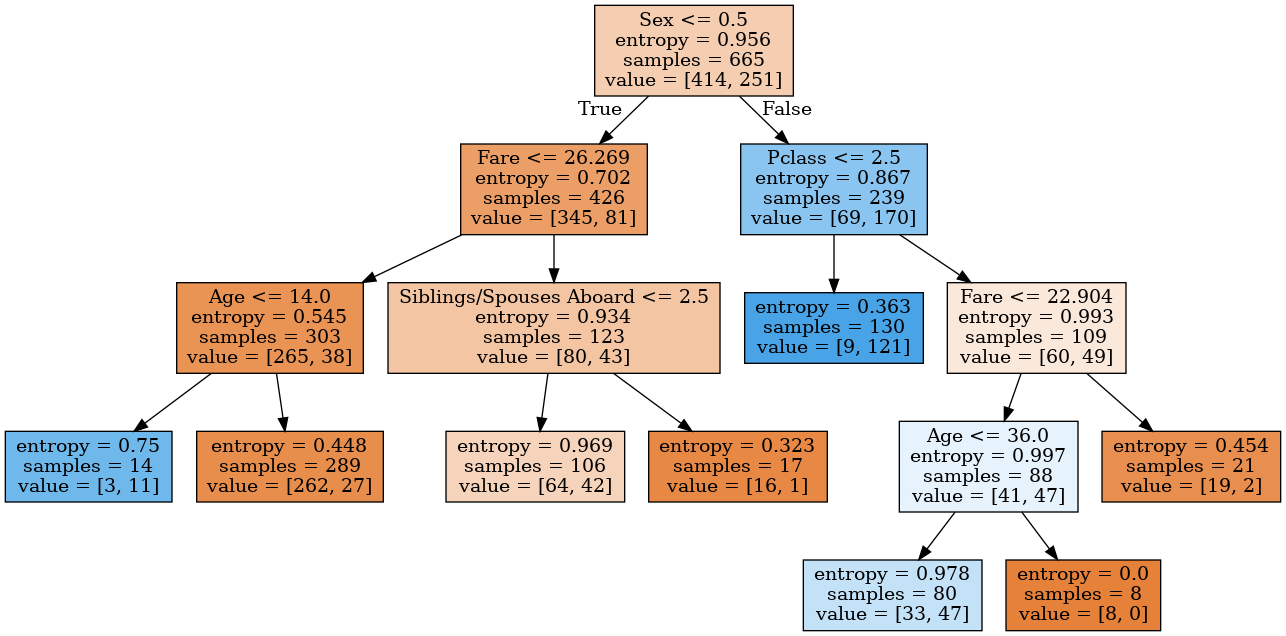
Before: datanerd.hateblo.jp/2020/04/30/tree/model3_B.png, a diagram exported from Graphviz (sugiyamath/self_kaggling). Its source is kept beside it as datanerd.hateblo.jp/2020/04/30/tree/model3_B.dot.
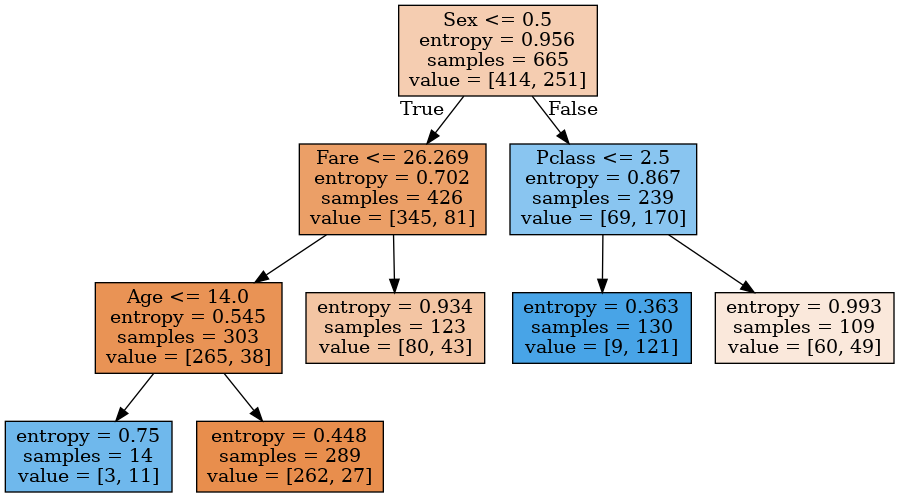
The same diagram one commit later.

Change to the diagram source:
```diff
@@ -9,24 +9,12 @@
 5 -> 7 ;
 8 [label="entropy = 0.448\nsamples = 289\nvalue = [262, 27]", fillcolor="#e88e4d"] ;
 5 -> 8 ;
-6 [label="Siblings/Spouses Aboard <= 2.5\nentropy = 0.934\nsamples = 123\nvalue = [80, 43]", fillcolor="#f3c5a3"] ;
+6 [label="entropy = 0.934\nsamples = 123\nvalue = [80, 43]", fillcolor="#f3c5a3"] ;
 1 -> 6 ;
-13 [label="entropy = 0.969\nsamples = 106\nvalue = [64, 42]", fillcolor="#f6d4bb"] ;
-6 -> 13 ;
-14 [label="entropy = 0.323\nsamples = 17\nvalue = [16, 1]", fillcolor="#e78945"] ;
-6 -> 14 ;
 2 [label="Pclass <= 2.5\nentropy = 0.867\nsamples = 239\nvalue = [69, 170]", fillcolor="#89c5f0"] ;
 0 -> 2 [labeldistance=2.5, labelangle=-45, headlabel="False"] ;
 3 [label="entropy = 0.363\nsamples = 130\nvalue = [9, 121]", fillcolor="#48a4e7"] ;
 2 -> 3 ;
-4 [label="Fare <= 22.904\nentropy = 0.993\nsamples = 109\nvalue = [60, 49]", fillcolor="#fae8db"] ;
+4 [label="entropy = 0.993\nsamples = 109\nvalue = [60, 49]", fillcolor="#fae8db"] ;
 2 -> 4 ;
-9 [label="Age <= 36.0\nentropy = 0.997\nsamples = 88\nvalue = [41, 47]", fillcolor="#e6f2fc"] ;
-4 -> 9 ;
-11 [label="entropy = 0.978\nsamples = 80\nvalue = [33, 47]", fillcolor="#c4e2f7"] ;
-9 -> 11 ;
-12 [label="entropy = 0.0\nsamples = 8\nvalue = [8, 0]", fillcolor="#e58139"] ;
-9 -> 12 ;
-10 [label="entropy = 0.454\nsamples = 21\nvalue = [19, 2]", fillcolor="#e88e4e"] ;
-4 -> 10 ;
 }
```
